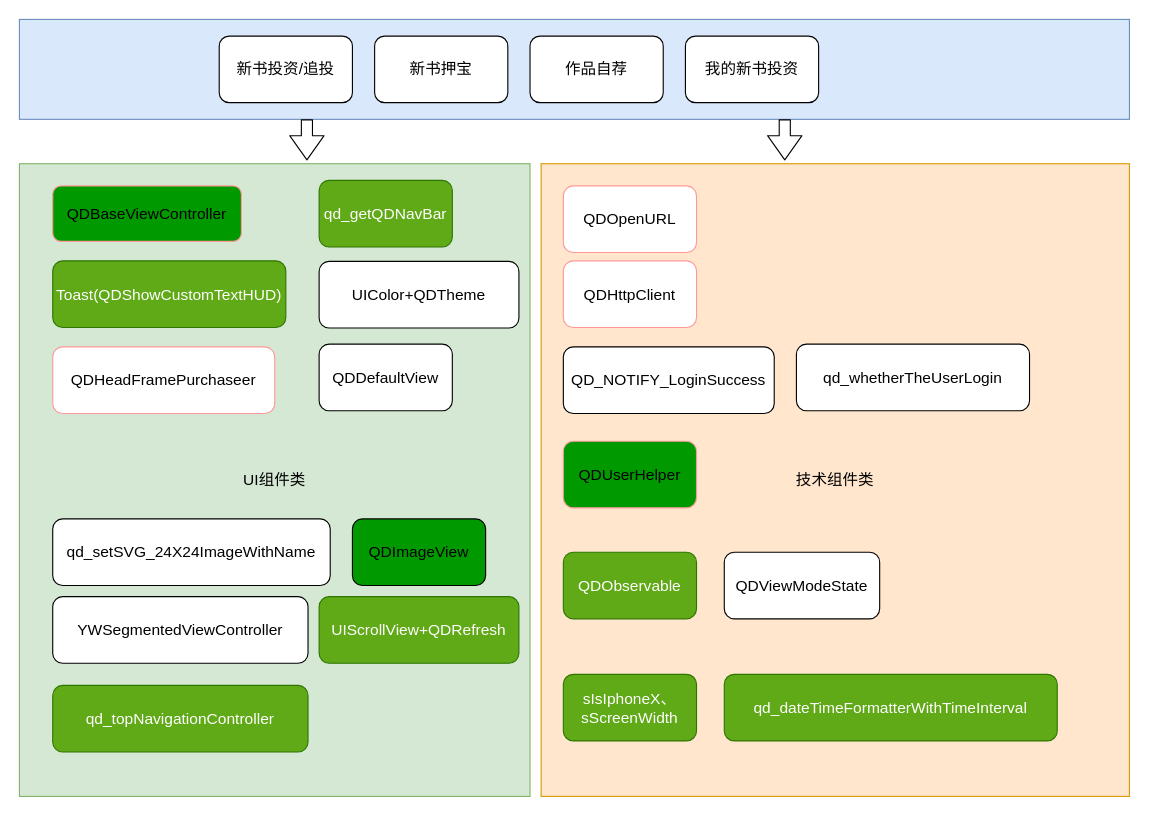
This is page "Page-1" (1 of 3) of 新书模块拆分.drawio from linkhui/appgo, a draw.io file, before an edit. Source tidied: cells renumbered, new cells numbered last; positions are measured from the earlier drawing's top-left corner, leaving out a move shared by most shapes. Both pictures are drawn from the tidied source at 111%, with x=0, y=0 at pixel (19, 19).
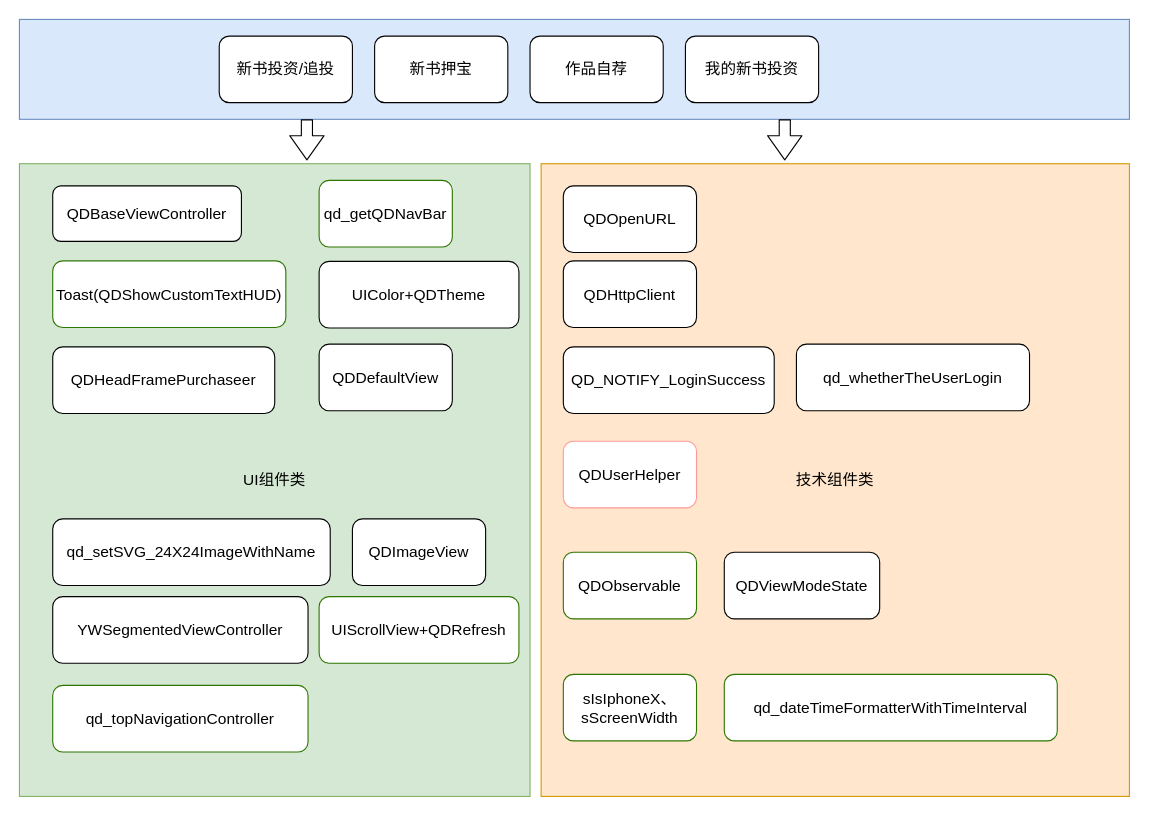
After the change.

Commit message:
Update 新书模块拆分.drawio

Diff of the diagram source:
```diff
@@
-    <mxCell id="8" value="QDBaseViewController" style="rounded=1;whiteSpace=wrap;html=1;fontSize=14;strokeColor=#FF9999;fillColor=#009900;" parent="1" vertex="1">
+    <mxCell id="8" value="QDBaseViewController" style="rounded=1;whiteSpace=wrap;html=1;fontSize=14;" parent="1" vertex="1">
       <mxGeometry x="30" y="150" width="170" height="50" as="geometry" />
     </mxCell>
@@
-    <mxCell id="13" value="QDOpenURL" style="rounded=1;whiteSpace=wrap;html=1;fontSize=14;strokeColor=#FF9999;" parent="1" vertex="1">
+    <mxCell id="13" value="QDOpenURL" style="rounded=1;whiteSpace=wrap;html=1;fontSize=14;" parent="1" vertex="1">
       <mxGeometry x="490" y="150" width="120" height="60" as="geometry" />
     </mxCell>
-    <mxCell id="14" value="QDHttpClient" style="rounded=1;whiteSpace=wrap;html=1;fontSize=14;strokeColor=#FF9999;" parent="1" vertex="1">
+    <mxCell id="14" value="QDHttpClient" style="rounded=1;whiteSpace=wrap;html=1;fontSize=14;" parent="1" vertex="1">
       <mxGeometry x="490" y="217.5" width="120" height="60" as="geometry" />
     </mxCell>
@@
-    <mxCell id="16" value="QDUserHelper" style="rounded=1;whiteSpace=wrap;html=1;fontSize=14;strokeColor=#FF9999;fillColor=#009900;" parent="1" vertex="1">
+    <mxCell id="16" value="QDUserHelper" style="rounded=1;whiteSpace=wrap;html=1;fontSize=14;strokeColor=#FF9999;fillColor=#FFFFFF;fontColor=#000000;" parent="1" vertex="1">
       <mxGeometry x="490" y="380" width="120" height="60" as="geometry" />
     </mxCell>
-    <mxCell id="17" value="Toast(QDShowCustomTextHUD)" style="rounded=1;whiteSpace=wrap;html=1;fontSize=14;fillColor=#60a917;strokeColor=#2D7600;fontColor=#ffffff;" parent="1" vertex="1">
+    <mxCell id="17" value="Toast(QDShowCustomTextHUD)" style="rounded=1;whiteSpace=wrap;html=1;fontSize=14;fillColor=#FFFFFF;strokeColor=#2D7600;fontColor=#000000;" parent="1" vertex="1">
       <mxGeometry x="30" y="217.5" width="210" height="60" as="geometry" />
     </mxCell>
-    <mxCell id="18" value="QDHeadFramePurchaseer" style="rounded=1;whiteSpace=wrap;html=1;fontSize=14;strokeColor=#FF9999;" parent="1" vertex="1">
+    <mxCell id="18" value="QDHeadFramePurchaseer" style="rounded=1;whiteSpace=wrap;html=1;fontSize=14;" parent="1" vertex="1">
       <mxGeometry x="30" y="295" width="200" height="60" as="geometry" />
     </mxCell>
@@
-    <mxCell id="21" value="UIScrollView+QDRefresh" style="rounded=1;whiteSpace=wrap;html=1;fontSize=14;fillColor=#60a917;strokeColor=#2D7600;fontColor=#ffffff;" parent="1" vertex="1">
+    <mxCell id="21" value="UIScrollView+QDRefresh" style="rounded=1;whiteSpace=wrap;html=1;fontSize=14;fillColor=#FFFFFF;strokeColor=#2D7600;fontColor=#000000;" parent="1" vertex="1">
       <mxGeometry x="270" y="520" width="180" height="60" as="geometry" />
     </mxCell>
@@
-    <mxCell id="24" value="qd_getQDNavBar" style="rounded=1;whiteSpace=wrap;html=1;fontSize=14;fillColor=#60a917;strokeColor=#2D7600;fontColor=#ffffff;" parent="1" vertex="1">
+    <mxCell id="24" value="qd_getQDNavBar" style="rounded=1;whiteSpace=wrap;html=1;fontSize=14;fillColor=#FFFFFF;strokeColor=#2D7600;fontColor=#000000;" parent="1" vertex="1">
       <mxGeometry x="270" y="145" width="120" height="60" as="geometry" />
     </mxCell>
-    <mxCell id="25" value="sIsIphoneX、sScreenWidth" style="rounded=1;whiteSpace=wrap;html=1;fontSize=14;fillColor=#60a917;strokeColor=#2D7600;fontColor=#ffffff;" parent="1" vertex="1">
+    <mxCell id="25" value="sIsIphoneX、sScreenWidth" style="rounded=1;whiteSpace=wrap;html=1;fontSize=14;fillColor=#FFFFFF;strokeColor=#2D7600;fontColor=#000000;" parent="1" vertex="1">
       <mxGeometry x="490" y="590" width="120" height="60" as="geometry" />
     </mxCell>
-    <mxCell id="26" value="qd_topNavigationController" style="rounded=1;whiteSpace=wrap;html=1;fontSize=14;fillColor=#60a917;strokeColor=#2D7600;fontColor=#ffffff;" parent="1" vertex="1">
+    <mxCell id="26" value="qd_topNavigationController" style="rounded=1;whiteSpace=wrap;html=1;fontSize=14;fillColor=#FFFFFF;strokeColor=#2D7600;fontColor=#000000;" parent="1" vertex="1">
       <mxGeometry x="30" y="600" width="230" height="60" as="geometry" />
     </mxCell>
-    <mxCell id="27" value="qd_dateTimeFormatterWithTimeInterval" style="rounded=1;whiteSpace=wrap;html=1;fontSize=14;fillColor=#60a917;strokeColor=#2D7600;fontColor=#ffffff;" parent="1" vertex="1">
+    <mxCell id="27" value="qd_dateTimeFormatterWithTimeInterval" style="rounded=1;whiteSpace=wrap;html=1;fontSize=14;fillColor=#FFFFFF;strokeColor=#2D7600;fontColor=#000000;" parent="1" vertex="1">
       <mxGeometry x="635" y="590" width="300" height="60" as="geometry" />
     </mxCell>
-    <mxCell id="28" value="QDImageView" style="rounded=1;whiteSpace=wrap;html=1;fontSize=14;fillColor=#009900;" parent="1" vertex="1">
+    <mxCell id="28" value="QDImageView" style="rounded=1;whiteSpace=wrap;html=1;fontSize=14;fillColor=#FFFFFF;fontColor=#000000;" parent="1" vertex="1">
       <mxGeometry x="300" y="450" width="120" height="60" as="geometry" />
     </mxCell>
-    <mxCell id="29" value="QDObservable" style="rounded=1;whiteSpace=wrap;html=1;fontSize=14;fillColor=#60a917;strokeColor=#2D7600;fontColor=#ffffff;" parent="1" vertex="1">
+    <mxCell id="29" value="QDObservable" style="rounded=1;whiteSpace=wrap;html=1;fontSize=14;fillColor=#FFFFFF;strokeColor=#2D7600;fontColor=#000000;" parent="1" vertex="1">
       <mxGeometry x="490" y="480" width="120" height="60" as="geometry" />
     </mxCell>
```
